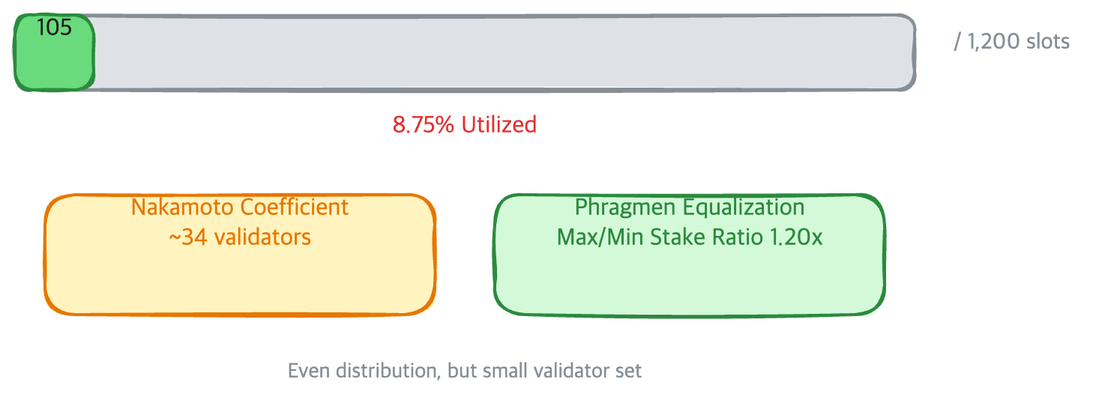
Above: avail/assets/avl-d02-validator-utilization.png in jyo-o/bonda-docs (Excalidraw), before the change. Source tidied: one line per element, renumbered; positions are measured from the earlier drawing's top-left corner, leaving out a move shared by most shapes.
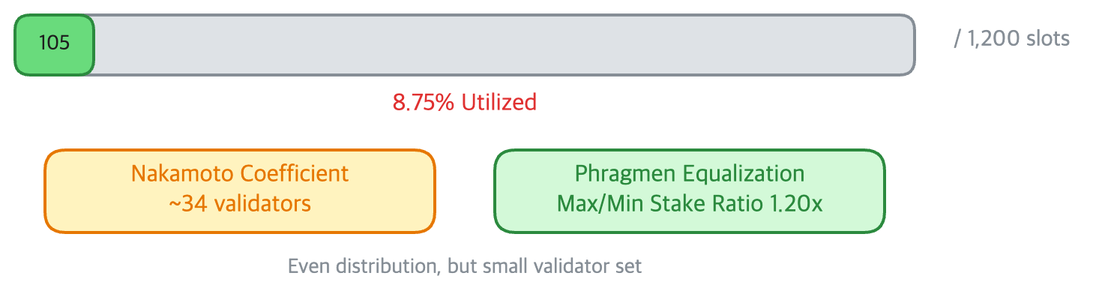
Later version of the same file.

The edit, as a diff of the source:
```diff
@@ -1,10 +1,10 @@
-{"id": 0, "type": "rectangle", "strokeColor": "#868e96", "backgroundColor": "#dee2e6", "fillStyle": "solid", "strokeWidth": 2, "roughness": 1, "round": true, "x": 0, "y": 0, "width": 600, "height": 50}
+{"id": 0, "type": "rectangle", "strokeColor": "#868e96", "backgroundColor": "#dee2e6", "fillStyle": "solid", "strokeWidth": 2, "roughness": 0, "round": true, "x": 0, "y": 0, "width": 600, "height": 40}
-{"id": 1, "type": "rectangle", "strokeColor": "#2b8a3e", "backgroundColor": "#69db7c", "fillStyle": "solid", "strokeWidth": 2, "roughness": 1, "round": true, "x": 0, "y": 0, "width": 52, "height": 50}
+{"id": 1, "type": "rectangle", "strokeColor": "#2b8a3e", "backgroundColor": "#69db7c", "fillStyle": "solid", "strokeWidth": 2, "roughness": 0, "round": true, "x": 0, "y": 0, "width": 52, "height": 40}
-{"id": 2, "type": "text", "text": "105", "strokeColor": "#1e1e1e", "strokeWidth": 2, "roughness": 1, "fontSize": 16, "fontFamily": 4, "textAlign": "center", "verticalAlign": "middle", "inside": 1, "x": 0, "y": 0, "width": 52, "height": 50}
+{"id": 2, "type": "text", "text": "105", "strokeColor": "#1e1e1e", "strokeWidth": 2, "roughness": 0, "fontSize": 14, "fontFamily": 4, "textAlign": "center", "verticalAlign": "middle", "x": 13, "y": 11, "width": 26, "height": 18}
-{"id": 3, "type": "text", "text": "/ 1,200 slots", "strokeColor": "#868e96", "strokeWidth": 2, "roughness": 1, "fontSize": 15, "fontFamily": 4, "textAlign": "center", "verticalAlign": "middle", "x": 615, "y": 10, "width": 100, "height": 30}
+{"id": 3, "type": "text", "text": "/ 1,200 slots", "strokeColor": "#868e96", "strokeWidth": 2, "roughness": 0, "fontSize": 15, "fontFamily": 4, "textAlign": "center", "verticalAlign": "middle", "x": 615, "y": 8, "width": 100, "height": 24}
-{"id": 4, "type": "text", "text": "8.75% Utilized", "strokeColor": "#e03131", "strokeWidth": 2, "roughness": 1, "fontSize": 16, "fontFamily": 4, "textAlign": "center", "verticalAlign": "middle", "x": 220, "y": 65, "width": 160, "height": 25}
+{"id": 4, "type": "text", "text": "8.75% Utilized", "strokeColor": "#e03131", "strokeWidth": 2, "roughness": 0, "fontSize": 16, "fontFamily": 4, "textAlign": "center", "verticalAlign": "middle", "x": 235, "y": 50, "width": 130, "height": 20}
-{"id": 5, "type": "rectangle", "strokeColor": "#e67700", "backgroundColor": "#fff3bf", "fillStyle": "solid", "strokeWidth": 2, "roughness": 1, "round": true, "x": 20, "y": 120, "width": 260, "height": 80}
+{"id": 5, "type": "rectangle", "strokeColor": "#e67700", "backgroundColor": "#fff3bf", "fillStyle": "solid", "strokeWidth": 2, "roughness": 0, "round": true, "x": 20, "y": 90, "width": 260, "height": 55}
-{"id": 6, "type": "text", "text": "Nakamoto Coefficient\n~34 validators", "strokeColor": "#e67700", "strokeWidth": 2, "roughness": 1, "fontSize": 16, "fontFamily": 4, "textAlign": "center", "verticalAlign": "middle", "inside": 5, "x": 20, "y": 120, "width": 260, "height": 80}
+{"id": 6, "type": "text", "text": "Nakamoto Coefficient\n~34 validators", "strokeColor": "#e67700", "strokeWidth": 2, "roughness": 0, "fontSize": 16, "fontFamily": 4, "textAlign": "center", "verticalAlign": "middle", "x": 51, "y": 98, "width": 198, "height": 40}
-{"id": 7, "type": "rectangle", "strokeColor": "#2b8a3e", "backgroundColor": "#d3f9d8", "fillStyle": "solid", "strokeWidth": 2, "roughness": 1, "round": true, "x": 320, "y": 120, "width": 260, "height": 80}
+{"id": 7, "type": "rectangle", "strokeColor": "#2b8a3e", "backgroundColor": "#d3f9d8", "fillStyle": "solid", "strokeWidth": 2, "roughness": 0, "round": true, "x": 320, "y": 90, "width": 260, "height": 55}
-{"id": 8, "type": "text", "text": "Phragmen Equalization\nMax/Min Stake Ratio 1.20x", "strokeColor": "#2b8a3e", "strokeWidth": 2, "roughness": 1, "fontSize": 16, "fontFamily": 4, "textAlign": "center", "verticalAlign": "middle", "inside": 7, "x": 320, "y": 120, "width": 260, "height": 80}
+{"id": 8, "type": "text", "text": "Phragmen Equalization\nMax/Min Stake Ratio 1.20x", "strokeColor": "#2b8a3e", "strokeWidth": 2, "roughness": 0, "fontSize": 16, "fontFamily": 4, "textAlign": "center", "verticalAlign": "middle", "x": 326, "y": 98, "width": 248, "height": 40}
-{"id": 9, "type": "text", "text": "Even distribution, but small validator set", "strokeColor": "#868e96", "strokeWidth": 2, "roughness": 1, "fontSize": 14, "fontFamily": 4, "textAlign": "center", "verticalAlign": "middle", "x": 100, "y": 230, "width": 400, "height": 25}
+{"id": 9, "type": "text", "text": "Even distribution, but small validator set", "strokeColor": "#868e96", "strokeWidth": 2, "roughness": 0, "fontSize": 14, "fontFamily": 4, "textAlign": "center", "verticalAlign": "middle", "x": 120, "y": 160, "width": 360, "height": 18}
```
